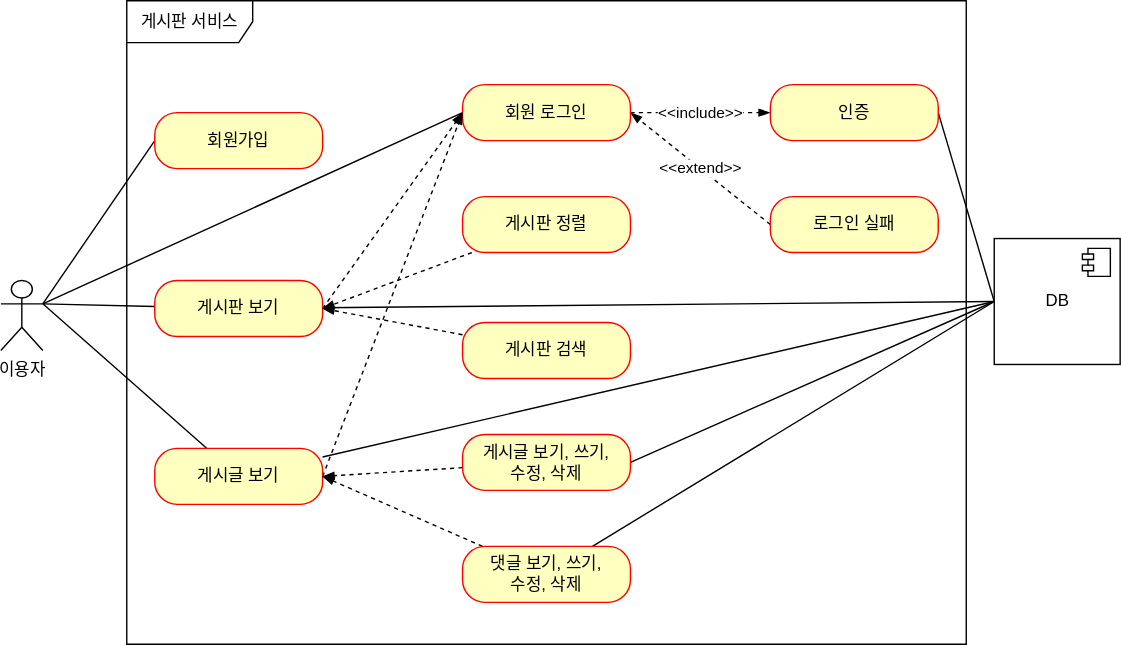
The draw.io diagram document/use-case.svg in primarchan/board-springboot-project, before a commit. Source tidied: cells renumbered, new cells last; positions are measured from the earlier drawing's top-left corner, leaving out a move shared by most shapes.
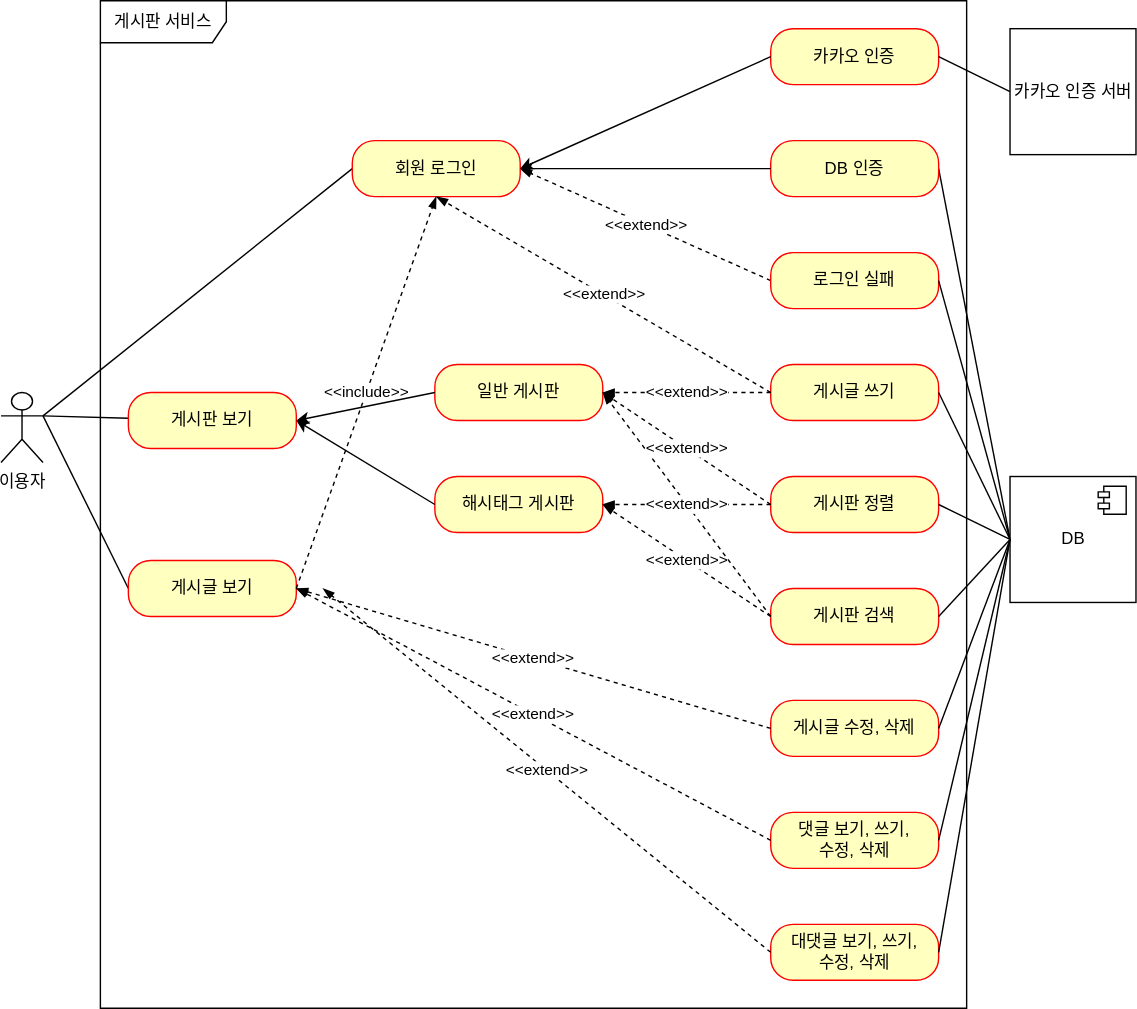
Above is the later version.

Commit message:
#39-use-case.svg 고도화 프로젝트 업데이트

Diff of the diagram source:
```diff
@@ -3,96 +3,52 @@
     <mxCell id="0" />
     <mxCell id="1" parent="0" />
     <mxCell id="2" value="이용자" style="shape=umlActor;verticalLabelPosition=bottom;verticalAlign=top;html=1;outlineConnect=0;" parent="1" vertex="1">
-      <mxGeometry y="200" width="30" height="50" as="geometry" />
+      <mxGeometry x="-1" y="340" width="30" height="50" as="geometry" />
     </mxCell>
     <mxCell id="3" value="게시판 서비스" style="shape=umlFrame;whiteSpace=wrap;html=1;width=90;height=30;" parent="1" vertex="1">
-      <mxGeometry x="90" width="600" height="460" as="geometry" />
+      <mxGeometry x="70" y="60" width="619" height="720" as="geometry" />
     </mxCell>
-    <mxCell id="4" style="rounded=0;jettySize=auto;html=1;entryX=1;entryY=0.3333333333333333;entryDx=0;entryDy=0;entryPerimeter=0;startArrow=none;startFill=0;endArrow=none;endFill=0;strokeWidth=1;exitX=0;exitY=0.5;exitDx=0;exitDy=0;" parent="1" edge="1" source="5" target="2">
-      <mxGeometry relative="1" as="geometry" />
-    </mxCell>
-    <mxCell id="5" value="회원가입" style="rounded=1;whiteSpace=wrap;html=1;arcSize=40;fontColor=#000000;fillColor=#ffffc0;strokeColor=#ff0000;" parent="1" vertex="1">
-      <mxGeometry x="110" y="80" width="120" height="40" as="geometry" />
-    </mxCell>
     <mxCell id="6" style="edgeStyle=none;rounded=0;jettySize=auto;html=1;entryX=1;entryY=0.3333333333333333;entryDx=0;entryDy=0;entryPerimeter=0;startArrow=none;startFill=0;endArrow=none;endFill=0;strokeWidth=1;" parent="1" edge="1" source="9" target="2">
       <mxGeometry relative="1" as="geometry" />
     </mxCell>
-    <mxCell id="7" style="edgeStyle=none;rounded=0;jettySize=auto;html=1;entryX=0;entryY=0.5;entryDx=0;entryDy=0;dashed=1;startArrow=none;startFill=0;endArrow=blockThin;endFill=1;strokeWidth=1;exitX=1;exitY=0.5;exitDx=0;exitDy=0;" parent="1" edge="1" source="9" target="13">
-      <mxGeometry relative="1" as="geometry" />
-    </mxCell>
-    <mxCell id="8" style="edgeStyle=none;rounded=0;jettySize=auto;html=1;startArrow=none;startFill=0;endArrow=none;endFill=0;strokeWidth=1;entryX=0;entryY=0.5;entryDx=0;entryDy=0;" parent="1" edge="1" source="9" target="31">
-      <mxGeometry relative="1" as="geometry" />
-    </mxCell>
     <mxCell id="9" value="게시판 보기" style="rounded=1;whiteSpace=wrap;html=1;arcSize=40;fontColor=#000000;fillColor=#ffffc0;strokeColor=#ff0000;" parent="1" vertex="1">
-      <mxGeometry x="110" y="200" width="120" height="40" as="geometry" />
+      <mxGeometry x="90" y="340" width="120" height="40" as="geometry" />
     </mxCell>
     <mxCell id="10" style="edgeStyle=none;rounded=0;jettySize=auto;html=1;entryX=1;entryY=0.3333333333333333;entryDx=0;entryDy=0;entryPerimeter=0;startArrow=none;startFill=0;endArrow=none;endFill=0;strokeWidth=1;exitX=0;exitY=0.5;exitDx=0;exitDy=0;" parent="1" edge="1" source="13" target="2">
       <mxGeometry relative="1" as="geometry" />
     </mxCell>
-    <mxCell id="11" value="&amp;lt;&amp;lt;include&amp;gt;&amp;gt;" style="edgeStyle=none;rounded=0;jettySize=auto;html=1;entryX=0;entryY=0.5;entryDx=0;entryDy=0;dashed=1;startArrow=none;startFill=0;endArrow=blockThin;endFill=1;strokeWidth=1;" parent="1" edge="1" source="13" target="23">
-      <mxGeometry relative="1" as="geometry" />
-    </mxCell>
     <mxCell id="12" value="&amp;lt;&amp;lt;extend&amp;gt;&amp;gt;" style="edgeStyle=none;rounded=0;jettySize=auto;html=1;dashed=1;startArrow=none;startFill=0;endArrow=blockThin;endFill=1;strokeWidth=1;exitX=0;exitY=0.5;exitDx=0;exitDy=0;entryX=1;entryY=0.5;entryDx=0;entryDy=0;" parent="1" edge="1" source="24" target="13">
       <mxGeometry relative="1" as="geometry" />
     </mxCell>
     <mxCell id="13" value="회원 로그인" style="rounded=1;whiteSpace=wrap;html=1;arcSize=40;fontColor=#000000;fillColor=#ffffc0;strokeColor=#ff0000;" parent="1" vertex="1">
-      <mxGeometry x="330" y="60" width="120" height="40" as="geometry" />
+      <mxGeometry x="250" y="160" width="120" height="40" as="geometry" />
     </mxCell>
-    <mxCell id="14" style="edgeStyle=none;rounded=0;jettySize=auto;html=1;startArrow=none;startFill=0;endArrow=none;endFill=0;strokeWidth=1;entryX=1;entryY=0.3333333333333333;entryDx=0;entryDy=0;entryPerimeter=0;" parent="1" edge="1" source="17" target="2">
+    <mxCell id="14" style="edgeStyle=none;rounded=0;jettySize=auto;html=1;startArrow=none;startFill=0;endArrow=none;endFill=0;strokeWidth=1;entryX=1;entryY=0.3333333333333333;entryDx=0;entryDy=0;entryPerimeter=0;exitX=0;exitY=0.5;exitDx=0;exitDy=0;" parent="1" edge="1" source="17" target="2">
       <mxGeometry relative="1" as="geometry" />
     </mxCell>
-    <mxCell id="15" style="edgeStyle=none;rounded=0;jettySize=auto;html=1;dashed=1;startArrow=none;startFill=0;endArrow=blockThin;endFill=1;strokeWidth=1;entryX=0;entryY=0.5;entryDx=0;entryDy=0;exitX=1;exitY=0.5;exitDx=0;exitDy=0;" parent="1" edge="1" source="17" target="13">
-      <mxGeometry relative="1" as="geometry" />
-    </mxCell>
-    <mxCell id="16" style="edgeStyle=none;rounded=0;jettySize=auto;html=1;entryX=0;entryY=0.5;entryDx=0;entryDy=0;startArrow=none;startFill=0;endArrow=none;endFill=0;strokeWidth=1;" parent="1" edge="1" source="17" target="31">
-      <mxGeometry relative="1" as="geometry" />
-    </mxCell>
     <mxCell id="17" value="게시글 보기" style="rounded=1;whiteSpace=wrap;html=1;arcSize=40;fontColor=#000000;fillColor=#ffffc0;strokeColor=#ff0000;" parent="1" vertex="1">
-      <mxGeometry x="110" y="320" width="120" height="40" as="geometry" />
+      <mxGeometry x="90" y="460" width="120" height="40" as="geometry" />
     </mxCell>
-    <mxCell id="18" style="edgeStyle=none;rounded=0;jettySize=auto;html=1;entryX=1;entryY=0.5;entryDx=0;entryDy=0;dashed=1;startArrow=none;startFill=0;endArrow=blockThin;endFill=1;strokeWidth=1;" parent="1" edge="1" source="19" target="9">
-      <mxGeometry relative="1" as="geometry" />
-    </mxCell>
-    <mxCell id="19" value="게시판 정렬" style="rounded=1;whiteSpace=wrap;html=1;arcSize=40;fontColor=#000000;fillColor=#ffffc0;strokeColor=#ff0000;" parent="1" vertex="1">
-      <mxGeometry x="330" y="140" width="120" height="40" as="geometry" />
+    <mxCell id="19" value="일반 게시판" style="rounded=1;whiteSpace=wrap;html=1;arcSize=40;fontColor=#000000;fillColor=#ffffc0;strokeColor=#ff0000;" parent="1" vertex="1">
+      <mxGeometry x="309" y="320" width="120" height="40" as="geometry" />
     </mxCell>
-    <mxCell id="20" style="edgeStyle=none;rounded=0;jettySize=auto;html=1;dashed=1;startArrow=none;startFill=0;endArrow=blockThin;endFill=1;strokeWidth=1;" parent="1" edge="1" source="21">
-      <mxGeometry relative="1" as="geometry">
-        <mxPoint x="230" y="220" as="targetPoint" />
-      </mxGeometry>
-    </mxCell>
-    <mxCell id="21" value="게시판 검색" style="rounded=1;whiteSpace=wrap;html=1;arcSize=40;fontColor=#000000;fillColor=#ffffc0;strokeColor=#ff0000;" parent="1" vertex="1">
-      <mxGeometry x="330" y="230" width="120" height="40" as="geometry" />
+    <mxCell id="21" value="해시태그 게시판" style="rounded=1;whiteSpace=wrap;html=1;arcSize=40;fontColor=#000000;fillColor=#ffffc0;strokeColor=#ff0000;" parent="1" vertex="1">
+      <mxGeometry x="309" y="400" width="120" height="40" as="geometry" />
     </mxCell>
     <mxCell id="22" style="edgeStyle=none;rounded=0;jettySize=auto;html=1;entryX=0;entryY=0.5;entryDx=0;entryDy=0;startArrow=none;startFill=0;endArrow=none;endFill=0;strokeWidth=1;exitX=1;exitY=0.5;exitDx=0;exitDy=0;" parent="1" edge="1" source="23" target="31">
       <mxGeometry relative="1" as="geometry" />
     </mxCell>
-    <mxCell id="23" value="인증" style="rounded=1;whiteSpace=wrap;html=1;arcSize=40;fontColor=#000000;fillColor=#ffffc0;strokeColor=#ff0000;" parent="1" vertex="1">
-      <mxGeometry x="550" y="60" width="120" height="40" as="geometry" />
+    <mxCell id="23" value="DB 인증" style="rounded=1;whiteSpace=wrap;html=1;arcSize=40;fontColor=#000000;fillColor=#ffffc0;strokeColor=#ff0000;" parent="1" vertex="1">
+      <mxGeometry x="549" y="160" width="120" height="40" as="geometry" />
     </mxCell>
     <mxCell id="24" value="로그인 실패" style="rounded=1;whiteSpace=wrap;html=1;arcSize=40;fontColor=#000000;fillColor=#ffffc0;strokeColor=#ff0000;" parent="1" vertex="1">
-      <mxGeometry x="550" y="140" width="120" height="40" as="geometry" />
+      <mxGeometry x="549" y="240" width="120" height="40" as="geometry" />
     </mxCell>
-    <mxCell id="25" style="edgeStyle=none;rounded=0;jettySize=auto;html=1;entryX=1;entryY=0.5;entryDx=0;entryDy=0;dashed=1;startArrow=none;startFill=0;endArrow=blockThin;endFill=1;strokeWidth=1;" parent="1" edge="1" source="27" target="17">
-      <mxGeometry relative="1" as="geometry" />
-    </mxCell>
-    <mxCell id="26" style="edgeStyle=none;rounded=0;jettySize=auto;html=1;entryX=0;entryY=0.5;entryDx=0;entryDy=0;startArrow=none;startFill=0;endArrow=none;endFill=0;strokeWidth=1;exitX=1;exitY=0.5;exitDx=0;exitDy=0;" parent="1" edge="1" source="27" target="31">
-      <mxGeometry relative="1" as="geometry" />
-    </mxCell>
-    <mxCell id="27" value="게시글 보기, 쓰기,&lt;br&gt;수정, 삭제" style="rounded=1;whiteSpace=wrap;html=1;arcSize=40;fontColor=#000000;fillColor=#ffffc0;strokeColor=#ff0000;" parent="1" vertex="1">
-      <mxGeometry x="330" y="310" width="120" height="40" as="geometry" />
-    </mxCell>
-    <mxCell id="28" style="edgeStyle=none;rounded=0;jettySize=auto;html=1;entryX=1;entryY=0.5;entryDx=0;entryDy=0;dashed=1;startArrow=none;startFill=0;endArrow=blockThin;endFill=1;strokeWidth=1;" parent="1" edge="1" source="30" target="17">
-      <mxGeometry relative="1" as="geometry" />
-    </mxCell>
-    <mxCell id="29" style="edgeStyle=none;rounded=0;jettySize=auto;html=1;entryX=0;entryY=0.5;entryDx=0;entryDy=0;startArrow=none;startFill=0;endArrow=none;endFill=0;strokeWidth=1;" parent="1" edge="1" source="30" target="31">
-      <mxGeometry relative="1" as="geometry" />
-    </mxCell>
-    <mxCell id="30" value="댓글 보기, 쓰기, &lt;br&gt;수정, 삭제" style="rounded=1;whiteSpace=wrap;html=1;arcSize=40;fontColor=#000000;fillColor=#ffffc0;strokeColor=#ff0000;" parent="1" vertex="1">
-      <mxGeometry x="330" y="390" width="120" height="40" as="geometry" />
+    <mxCell id="30" value="대댓글 보기, 쓰기, &lt;br&gt;수정, 삭제" style="rounded=1;whiteSpace=wrap;html=1;arcSize=40;fontColor=#000000;fillColor=#ffffc0;strokeColor=#ff0000;" parent="1" vertex="1">
+      <mxGeometry x="549" y="720" width="120" height="40" as="geometry" />
     </mxCell>
     <mxCell id="31" value="DB" style="html=1;" parent="1" vertex="1">
-      <mxGeometry x="710" y="170" width="90" height="90" as="geometry" />
+      <mxGeometry x="720" y="400" width="90" height="90" as="geometry" />
     </mxCell>
     <mxCell id="32" style="shape=module;jettyWidth=8;jettyHeight=4;" parent="31" vertex="1">
       <mxGeometry x="1" width="20" height="20" relative="1" as="geometry">
@@ -102,5 +58,94 @@
     <mxCell id="33" style="edgeStyle=none;rounded=0;orthogonalLoop=1;jettySize=auto;html=1;exitX=0.5;exitY=0;exitDx=0;exitDy=0;startArrow=none;startFill=0;endArrow=none;endFill=0;strokeWidth=1;" parent="1" edge="1" source="24" target="24">
       <mxGeometry relative="1" as="geometry" />
     </mxCell>
+    <mxCell id="34" value="댓글 보기, 쓰기, &lt;br&gt;수정, 삭제" style="rounded=1;whiteSpace=wrap;html=1;arcSize=40;fontColor=#000000;fillColor=#ffffc0;strokeColor=#ff0000;" parent="1" vertex="1">
+      <mxGeometry x="549" y="640" width="120" height="40" as="geometry" />
+    </mxCell>
+    <mxCell id="35" value="게시글 수정, 삭제" style="rounded=1;whiteSpace=wrap;html=1;arcSize=40;fontColor=#000000;fillColor=#ffffc0;strokeColor=#ff0000;" parent="1" vertex="1">
+      <mxGeometry x="549" y="560" width="120" height="40" as="geometry" />
+    </mxCell>
+    <mxCell id="36" value="게시판 검색" style="rounded=1;whiteSpace=wrap;html=1;arcSize=40;fontColor=#000000;fillColor=#ffffc0;strokeColor=#ff0000;" parent="1" vertex="1">
+      <mxGeometry x="549" y="480" width="120" height="40" as="geometry" />
+    </mxCell>
+    <mxCell id="37" value="게시판 정렬" style="rounded=1;whiteSpace=wrap;html=1;arcSize=40;fontColor=#000000;fillColor=#ffffc0;strokeColor=#ff0000;" parent="1" vertex="1">
+      <mxGeometry x="549" y="400" width="120" height="40" as="geometry" />
+    </mxCell>
+    <mxCell id="38" value="게시글 쓰기" style="rounded=1;whiteSpace=wrap;html=1;arcSize=40;fontColor=#000000;fillColor=#ffffc0;strokeColor=#ff0000;" parent="1" vertex="1">
+      <mxGeometry x="549" y="320" width="120" height="40" as="geometry" />
+    </mxCell>
+    <mxCell id="11" value="&amp;lt;&amp;lt;include&amp;gt;&amp;gt;" style="edgeStyle=none;rounded=0;jettySize=auto;html=1;entryX=0.5;entryY=1;entryDx=0;entryDy=0;dashed=1;startArrow=none;startFill=0;endArrow=blockThin;endFill=1;strokeWidth=1;exitX=1;exitY=0.5;exitDx=0;exitDy=0;" parent="1" edge="1" source="17" target="13">
+      <mxGeometry relative="1" as="geometry" />
+    </mxCell>
+    <mxCell id="18" style="endArrow=classic;html=1;rounded=0;exitX=0;exitY=0.5;exitDx=0;exitDy=0;entryX=1;entryY=0.5;entryDx=0;entryDy=0;" parent="1" edge="1" source="19" target="9">
+      <mxGeometry relative="1" as="geometry" />
+    </mxCell>
+    <mxCell id="39" style="endArrow=classic;html=1;rounded=0;exitX=0;exitY=0.5;exitDx=0;exitDy=0;entryX=1;entryY=0.5;entryDx=0;entryDy=0;" parent="1" edge="1" source="21" target="9">
+      <mxGeometry relative="1" as="geometry" />
+    </mxCell>
+    <mxCell id="40" style="edgeStyle=none;rounded=0;jettySize=auto;html=1;entryX=0;entryY=0.5;entryDx=0;entryDy=0;startArrow=none;startFill=0;endArrow=none;endFill=0;strokeWidth=1;exitX=1;exitY=0.5;exitDx=0;exitDy=0;" parent="1" edge="1" source="24" target="31">
+      <mxGeometry relative="1" as="geometry" />
+    </mxCell>
+    <mxCell id="41" style="edgeStyle=none;rounded=0;jettySize=auto;html=1;entryX=0;entryY=0.5;entryDx=0;entryDy=0;startArrow=none;startFill=0;endArrow=none;endFill=0;strokeWidth=1;exitX=1;exitY=0.5;exitDx=0;exitDy=0;" parent="1" edge="1" source="38" target="31">
+      <mxGeometry relative="1" as="geometry" />
+    </mxCell>
+    <mxCell id="42" style="edgeStyle=none;rounded=0;jettySize=auto;html=1;entryX=0;entryY=0.5;entryDx=0;entryDy=0;startArrow=none;startFill=0;endArrow=none;endFill=0;strokeWidth=1;exitX=1;exitY=0.5;exitDx=0;exitDy=0;" parent="1" edge="1" source="37" target="31">
+      <mxGeometry relative="1" as="geometry" />
+    </mxCell>
+    <mxCell id="43" style="edgeStyle=none;rounded=0;jettySize=auto;html=1;entryX=0;entryY=0.5;entryDx=0;entryDy=0;startArrow=none;startFill=0;endArrow=none;endFill=0;strokeWidth=1;exitX=1;exitY=0.5;exitDx=0;exitDy=0;" parent="1" edge="1" source="36" target="31">
+      <mxGeometry relative="1" as="geometry" />
+    </mxCell>
+    <mxCell id="44" style="edgeStyle=none;rounded=0;jettySize=auto;html=1;entryX=0;entryY=0.5;entryDx=0;entryDy=0;startArrow=none;startFill=0;endArrow=none;endFill=0;strokeWidth=1;exitX=1;exitY=0.5;exitDx=0;exitDy=0;" parent="1" edge="1" source="35" target="31">
+      <mxGeometry relative="1" as="geometry" />
+    </mxCell>
+    <mxCell id="45" style="edgeStyle=none;rounded=0;jettySize=auto;html=1;entryX=0;entryY=0.5;entryDx=0;entryDy=0;startArrow=none;startFill=0;endArrow=none;endFill=0;strokeWidth=1;exitX=1;exitY=0.5;exitDx=0;exitDy=0;" parent="1" edge="1" source="34" target="31">
+      <mxGeometry relative="1" as="geometry" />
+    </mxCell>
+    <mxCell id="29" style="edgeStyle=none;rounded=0;jettySize=auto;html=1;startArrow=none;startFill=0;endArrow=none;endFill=0;strokeWidth=1;exitX=1;exitY=0.5;exitDx=0;exitDy=0;entryX=0;entryY=0.5;entryDx=0;entryDy=0;" parent="1" edge="1" source="30" target="31">
+      <mxGeometry relative="1" as="geometry" />
+    </mxCell>
+    <mxCell id="46" value="&amp;lt;&amp;lt;extend&amp;gt;&amp;gt;" style="edgeStyle=none;rounded=0;jettySize=auto;html=1;dashed=1;startArrow=none;startFill=0;endArrow=blockThin;endFill=1;strokeWidth=1;exitX=0;exitY=0.5;exitDx=0;exitDy=0;entryX=1;entryY=0.5;entryDx=0;entryDy=0;" parent="1" edge="1" source="35" target="17">
+      <mxGeometry relative="1" as="geometry" />
+    </mxCell>
+    <mxCell id="47" value="&amp;lt;&amp;lt;extend&amp;gt;&amp;gt;" style="edgeStyle=none;rounded=0;jettySize=auto;html=1;dashed=1;startArrow=none;startFill=0;endArrow=blockThin;endFill=1;strokeWidth=1;exitX=0;exitY=0.5;exitDx=0;exitDy=0;entryX=1;entryY=0.5;entryDx=0;entryDy=0;" parent="1" edge="1" source="34" target="17">
+      <mxGeometry relative="1" as="geometry" />
+    </mxCell>
+    <mxCell id="48" value="&amp;lt;&amp;lt;extend&amp;gt;&amp;gt;" style="edgeStyle=none;rounded=0;jettySize=auto;html=1;dashed=1;startArrow=none;startFill=0;endArrow=blockThin;endFill=1;strokeWidth=1;exitX=0;exitY=0.5;exitDx=0;exitDy=0;" parent="1" edge="1" source="30">
+      <mxGeometry relative="1" as="geometry">
+        <mxPoint x="229" y="480" as="targetPoint" />
+      </mxGeometry>
+    </mxCell>
+    <mxCell id="49" value="&amp;lt;&amp;lt;extend&amp;gt;&amp;gt;" style="edgeStyle=none;rounded=0;jettySize=auto;html=1;dashed=1;startArrow=none;startFill=0;endArrow=blockThin;endFill=1;strokeWidth=1;exitX=0;exitY=0.5;exitDx=0;exitDy=0;entryX=1;entryY=0.5;entryDx=0;entryDy=0;" parent="1" edge="1" source="36" target="21">
+      <mxGeometry relative="1" as="geometry" />
+    </mxCell>
+    <mxCell id="50" value="&amp;lt;&amp;lt;extend&amp;gt;&amp;gt;" style="edgeStyle=none;rounded=0;jettySize=auto;html=1;dashed=1;startArrow=none;startFill=0;endArrow=blockThin;endFill=1;strokeWidth=1;exitX=0;exitY=0.5;exitDx=0;exitDy=0;entryX=1;entryY=0.5;entryDx=0;entryDy=0;" parent="1" edge="1" source="36" target="19">
+      <mxGeometry relative="1" as="geometry" />
+    </mxCell>
+    <mxCell id="51" value="&amp;lt;&amp;lt;extend&amp;gt;&amp;gt;" style="edgeStyle=none;rounded=0;jettySize=auto;html=1;dashed=1;startArrow=none;startFill=0;endArrow=blockThin;endFill=1;strokeWidth=1;exitX=0;exitY=0.5;exitDx=0;exitDy=0;entryX=1;entryY=0.5;entryDx=0;entryDy=0;" parent="1" edge="1" source="37" target="21">
+      <mxGeometry relative="1" as="geometry" />
+    </mxCell>
+    <mxCell id="52" value="&amp;lt;&amp;lt;extend&amp;gt;&amp;gt;" style="edgeStyle=none;rounded=0;jettySize=auto;html=1;dashed=1;startArrow=none;startFill=0;endArrow=blockThin;endFill=1;strokeWidth=1;exitX=0;exitY=0.5;exitDx=0;exitDy=0;entryX=1;entryY=0.5;entryDx=0;entryDy=0;" parent="1" edge="1" source="37" target="19">
+      <mxGeometry relative="1" as="geometry" />
+    </mxCell>
+    <mxCell id="53" value="&amp;lt;&amp;lt;extend&amp;gt;&amp;gt;" style="edgeStyle=none;rounded=0;jettySize=auto;html=1;dashed=1;startArrow=none;startFill=0;endArrow=blockThin;endFill=1;strokeWidth=1;exitX=0;exitY=0.5;exitDx=0;exitDy=0;entryX=1;entryY=0.5;entryDx=0;entryDy=0;" parent="1" edge="1" source="38" target="19">
+      <mxGeometry relative="1" as="geometry" />
+    </mxCell>
+    <mxCell id="54" value="&amp;lt;&amp;lt;extend&amp;gt;&amp;gt;" style="edgeStyle=none;rounded=0;jettySize=auto;html=1;dashed=1;startArrow=none;startFill=0;endArrow=blockThin;endFill=1;strokeWidth=1;exitX=0;exitY=0.5;exitDx=0;exitDy=0;entryX=0.5;entryY=1;entryDx=0;entryDy=0;" parent="1" edge="1" source="38" target="13">
+      <mxGeometry relative="1" as="geometry" />
+    </mxCell>
+    <mxCell id="55" value="카카오 인증" style="rounded=1;whiteSpace=wrap;html=1;arcSize=40;fontColor=#000000;fillColor=#ffffc0;strokeColor=#ff0000;" parent="1" vertex="1">
+      <mxGeometry x="549" y="80" width="120" height="40" as="geometry" />
+    </mxCell>
+    <mxCell id="56" value="카카오 인증 서버" style="html=1;" parent="1" vertex="1">
+      <mxGeometry x="720" y="80" width="90" height="90" as="geometry" />
+    </mxCell>
+    <mxCell id="57" style="endArrow=none;html=1;rounded=0;exitX=0;exitY=0.5;exitDx=0;exitDy=0;entryX=1;entryY=0.5;entryDx=0;entryDy=0;startArrow=none;startFill=0;endFill=0;" parent="1" edge="1" source="56" target="55">
+      <mxGeometry relative="1" as="geometry" />
+    </mxCell>
+    <mxCell id="58" style="endArrow=classic;html=1;rounded=0;exitX=0;exitY=0.5;exitDx=0;exitDy=0;entryX=1;entryY=0.5;entryDx=0;entryDy=0;" parent="1" edge="1" source="55" target="13">
+      <mxGeometry relative="1" as="geometry" />
+    </mxCell>
+    <mxCell id="59" style="endArrow=classic;html=1;rounded=0;exitX=0;exitY=0.5;exitDx=0;exitDy=0;entryX=1;entryY=0.5;entryDx=0;entryDy=0;" parent="1" edge="1" source="23" target="13">
+      <mxGeometry relative="1" as="geometry" />
+    </mxCell>
   </root>
 </mxGraphModel>
```
